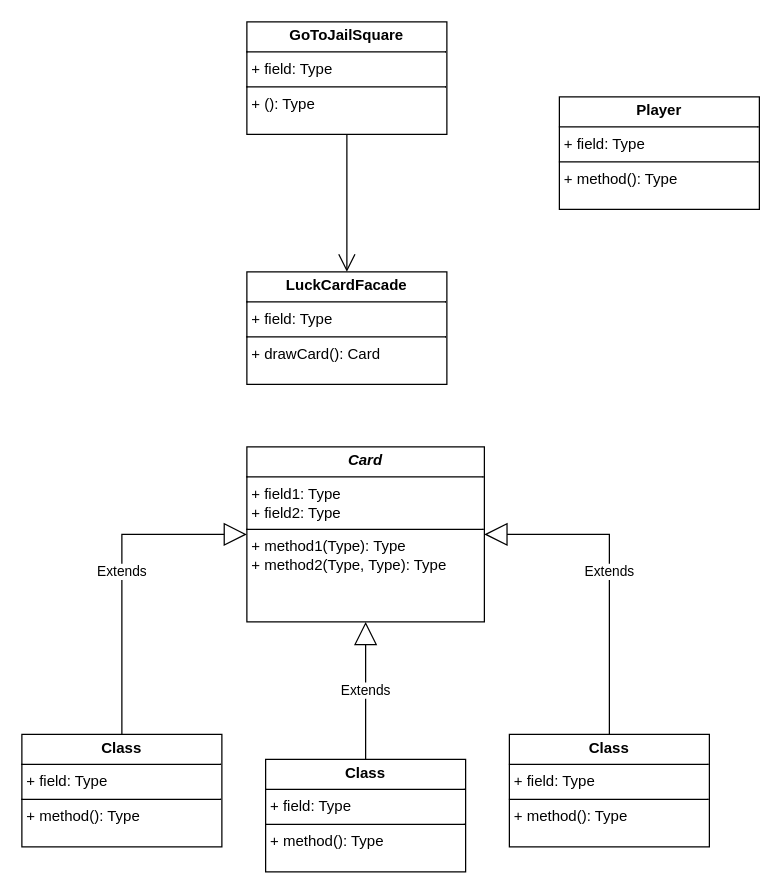
antonykimuom/SWEN30006-2025-SM1-workshop1-tuew05-14-00-team-12 keeps this draw.io diagram as workshop7-week8.drawio. Above is the earlier version. Source tidied: cells renumbered, new cells numbered last; positions are measured from the earlier drawing's top-left corner, leaving out a move shared by most shapes. Both pictures are drawn from the tidied source at 125%, with x=0, y=0 at pixel (21, 21).
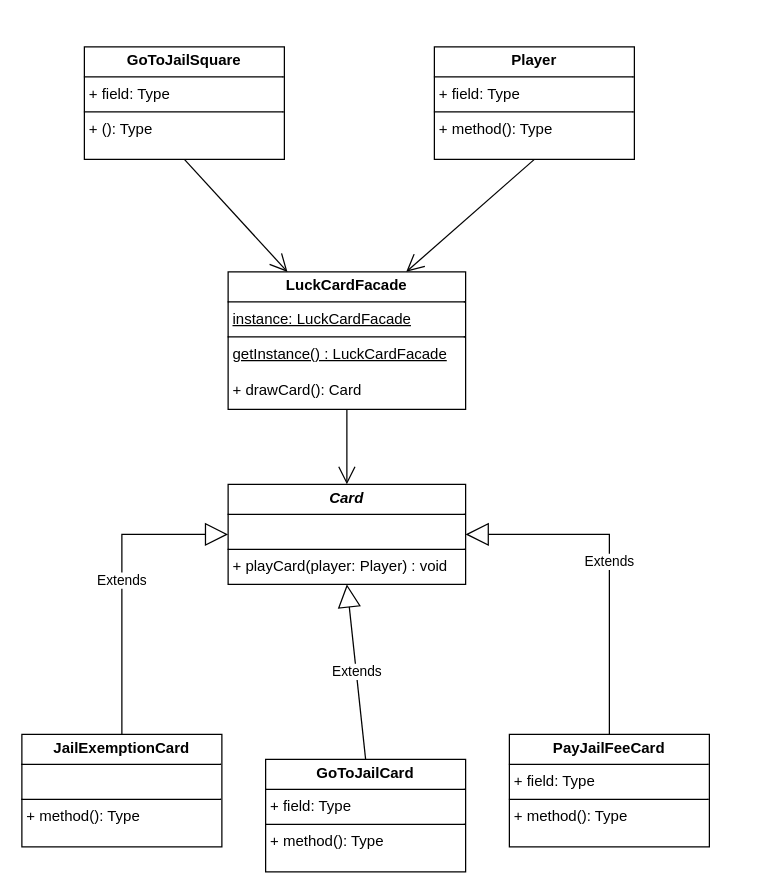
Above is the later version.

What changed in the source:
```diff
@@
 <mxGraphModel>
   <root>
     <mxCell id="0" />
     <mxCell id="1" parent="0" />
-    <mxCell id="2" value="&lt;p style=&quot;margin:0px;margin-top:4px;text-align:center;&quot;&gt;&lt;b&gt;LuckCardFacade&lt;/b&gt;&lt;/p&gt;&lt;hr size=&quot;1&quot; style=&quot;border-style:solid;&quot;&gt;&lt;p style=&quot;margin:0px;margin-left:4px;&quot;&gt;+ field: Type&lt;/p&gt;&lt;hr size=&quot;1&quot; style=&quot;border-style:solid;&quot;&gt;&lt;p style=&quot;margin:0px;margin-left:4px;&quot;&gt;+ drawCard(): Card&lt;/p&gt;" style="verticalAlign=top;align=left;overflow=fill;html=1;whiteSpace=wrap;" parent="1" vertex="1">
-      <mxGeometry x="180" y="200" width="160" height="90" as="geometry" />
+    <mxCell id="2" value="&lt;p style=&quot;margin:0px;margin-top:4px;text-align:center;&quot;&gt;&lt;b&gt;LuckCardFacade&lt;/b&gt;&lt;/p&gt;&lt;hr size=&quot;1&quot; style=&quot;border-style:solid;&quot;&gt;&lt;p style=&quot;margin:0px;margin-left:4px;&quot;&gt;&lt;u&gt;instance: LuckCardFacade&lt;/u&gt;&lt;/p&gt;&lt;hr size=&quot;1&quot; style=&quot;border-style:solid;&quot;&gt;&lt;p style=&quot;margin:0px;margin-left:4px;&quot;&gt;&lt;u&gt;getInstance() : LuckCardFacade&lt;/u&gt;&lt;/p&gt;&lt;p style=&quot;margin:0px;margin-left:4px;&quot;&gt;&lt;br&gt;&lt;/p&gt;&lt;p style=&quot;margin:0px;margin-left:4px;&quot;&gt;+ drawCard(): Card&lt;/p&gt;" style="verticalAlign=top;align=left;overflow=fill;html=1;whiteSpace=wrap;" parent="1" vertex="1">
+      <mxGeometry x="165" y="200" width="190" height="110" as="geometry" />
     </mxCell>
     <mxCell id="3" value="&lt;p style=&quot;margin:0px;margin-top:4px;text-align:center;&quot;&gt;&lt;b&gt;GoToJailSquare&lt;/b&gt;&lt;/p&gt;&lt;hr size=&quot;1&quot; style=&quot;border-style:solid;&quot;&gt;&lt;p style=&quot;margin:0px;margin-left:4px;&quot;&gt;+ field: Type&lt;/p&gt;&lt;hr size=&quot;1&quot; style=&quot;border-style:solid;&quot;&gt;&lt;p style=&quot;margin:0px;margin-left:4px;&quot;&gt;+ (): Type&lt;/p&gt;" style="verticalAlign=top;align=left;overflow=fill;html=1;whiteSpace=wrap;" parent="1" vertex="1">
-      <mxGeometry x="180" width="160" height="90" as="geometry" />
+      <mxGeometry x="50" y="20" width="160" height="90" as="geometry" />
     </mxCell>
     <mxCell id="4" value="&lt;p style=&quot;margin:0px;margin-top:4px;text-align:center;&quot;&gt;&lt;b&gt;Player&lt;/b&gt;&lt;/p&gt;&lt;hr size=&quot;1&quot; style=&quot;border-style:solid;&quot;&gt;&lt;p style=&quot;margin:0px;margin-left:4px;&quot;&gt;+ field: Type&lt;/p&gt;&lt;hr size=&quot;1&quot; style=&quot;border-style:solid;&quot;&gt;&lt;p style=&quot;margin:0px;margin-left:4px;&quot;&gt;+ method(): Type&lt;/p&gt;" style="verticalAlign=top;align=left;overflow=fill;html=1;whiteSpace=wrap;" parent="1" vertex="1">
-      <mxGeometry x="430" y="60" width="160" height="90" as="geometry" />
+      <mxGeometry x="330" y="20" width="160" height="90" as="geometry" />
     </mxCell>
-    <mxCell id="5" style="endArrow=open;endFill=1;endSize=12;html=1;rounded=0;exitX=0.5;exitY=1;exitDx=0;exitDy=0;entryX=0.5;entryY=0;entryDx=0;entryDy=0;" parent="1" edge="1" source="3" target="2">
+    <mxCell id="5" style="endArrow=open;endFill=1;endSize=12;html=1;rounded=0;exitX=0.5;exitY=1;exitDx=0;exitDy=0;entryX=0.25;entryY=0;entryDx=0;entryDy=0;" parent="1" edge="1" source="3" target="2">
       <mxGeometry relative="1" as="geometry" />
     </mxCell>
-    <mxCell id="6" value="&lt;p style=&quot;margin:0px;margin-top:4px;text-align:center;&quot;&gt;&lt;b&gt;&lt;i&gt;Card&lt;/i&gt;&lt;/b&gt;&lt;/p&gt;&lt;hr size=&quot;1&quot; style=&quot;border-style:solid;&quot;&gt;&lt;p style=&quot;margin:0px;margin-left:4px;&quot;&gt;+ field1: Type&lt;br&gt;+ field2: Type&lt;/p&gt;&lt;hr size=&quot;1&quot; style=&quot;border-style:solid;&quot;&gt;&lt;p style=&quot;margin:0px;margin-left:4px;&quot;&gt;+ method1(Type): Type&lt;br&gt;+ method2(Type, Type): Type&lt;/p&gt;" style="verticalAlign=top;align=left;overflow=fill;html=1;whiteSpace=wrap;" parent="1" vertex="1">
-      <mxGeometry x="180" y="340" width="190" height="140" as="geometry" />
+    <mxCell id="6" value="&lt;p style=&quot;margin:0px;margin-top:4px;text-align:center;&quot;&gt;&lt;b&gt;&lt;i&gt;Card&lt;/i&gt;&lt;/b&gt;&lt;/p&gt;&lt;hr size=&quot;1&quot; style=&quot;border-style:solid;&quot;&gt;&lt;p style=&quot;margin:0px;margin-left:4px;&quot;&gt;&lt;br&gt;&lt;/p&gt;&lt;hr size=&quot;1&quot; style=&quot;border-style:solid;&quot;&gt;&lt;p style=&quot;margin:0px;margin-left:4px;&quot;&gt;+ playCard(player: Player) : void&lt;/p&gt;" style="verticalAlign=top;align=left;overflow=fill;html=1;whiteSpace=wrap;" parent="1" vertex="1">
+      <mxGeometry x="165" y="370" width="190" height="80" as="geometry" />
     </mxCell>
-    <mxCell id="7" value="&lt;p style=&quot;margin:0px;margin-top:4px;text-align:center;&quot;&gt;&lt;b&gt;Class&lt;/b&gt;&lt;/p&gt;&lt;hr size=&quot;1&quot; style=&quot;border-style:solid;&quot;/&gt;&lt;p style=&quot;margin:0px;margin-left:4px;&quot;&gt;+ field: Type&lt;/p&gt;&lt;hr size=&quot;1&quot; style=&quot;border-style:solid;&quot;/&gt;&lt;p style=&quot;margin:0px;margin-left:4px;&quot;&gt;+ method(): Type&lt;/p&gt;" style="verticalAlign=top;align=left;overflow=fill;html=1;whiteSpace=wrap;" parent="1" vertex="1">
+    <mxCell id="7" value="&lt;p style=&quot;margin:0px;margin-top:4px;text-align:center;&quot;&gt;&lt;b&gt;PayJailFeeCard&lt;/b&gt;&lt;/p&gt;&lt;hr size=&quot;1&quot; style=&quot;border-style:solid;&quot;&gt;&lt;p style=&quot;margin:0px;margin-left:4px;&quot;&gt;+ field: Type&lt;/p&gt;&lt;hr size=&quot;1&quot; style=&quot;border-style:solid;&quot;&gt;&lt;p style=&quot;margin:0px;margin-left:4px;&quot;&gt;+ method(): Type&lt;/p&gt;" style="verticalAlign=top;align=left;overflow=fill;html=1;whiteSpace=wrap;" parent="1" vertex="1">
       <mxGeometry x="390" y="570" width="160" height="90" as="geometry" />
     </mxCell>
-    <mxCell id="8" value="&lt;p style=&quot;margin:0px;margin-top:4px;text-align:center;&quot;&gt;&lt;b&gt;Class&lt;/b&gt;&lt;/p&gt;&lt;hr size=&quot;1&quot; style=&quot;border-style:solid;&quot;/&gt;&lt;p style=&quot;margin:0px;margin-left:4px;&quot;&gt;+ field: Type&lt;/p&gt;&lt;hr size=&quot;1&quot; style=&quot;border-style:solid;&quot;/&gt;&lt;p style=&quot;margin:0px;margin-left:4px;&quot;&gt;+ method(): Type&lt;/p&gt;" style="verticalAlign=top;align=left;overflow=fill;html=1;whiteSpace=wrap;" parent="1" vertex="1">
+    <mxCell id="8" value="&lt;p style=&quot;margin:0px;margin-top:4px;text-align:center;&quot;&gt;&lt;b&gt;GoToJailCard&lt;/b&gt;&lt;/p&gt;&lt;hr size=&quot;1&quot; style=&quot;border-style:solid;&quot;&gt;&lt;p style=&quot;margin:0px;margin-left:4px;&quot;&gt;+ field: Type&lt;/p&gt;&lt;hr size=&quot;1&quot; style=&quot;border-style:solid;&quot;&gt;&lt;p style=&quot;margin:0px;margin-left:4px;&quot;&gt;+ method(): Type&lt;/p&gt;" style="verticalAlign=top;align=left;overflow=fill;html=1;whiteSpace=wrap;" parent="1" vertex="1">
       <mxGeometry x="195" y="590" width="160" height="90" as="geometry" />
     </mxCell>
-    <mxCell id="9" value="&lt;p style=&quot;margin:0px;margin-top:4px;text-align:center;&quot;&gt;&lt;b&gt;Class&lt;/b&gt;&lt;/p&gt;&lt;hr size=&quot;1&quot; style=&quot;border-style:solid;&quot;/&gt;&lt;p style=&quot;margin:0px;margin-left:4px;&quot;&gt;+ field: Type&lt;/p&gt;&lt;hr size=&quot;1&quot; style=&quot;border-style:solid;&quot;/&gt;&lt;p style=&quot;margin:0px;margin-left:4px;&quot;&gt;+ method(): Type&lt;/p&gt;" style="verticalAlign=top;align=left;overflow=fill;html=1;whiteSpace=wrap;" parent="1" vertex="1">
+    <mxCell id="9" value="&lt;p style=&quot;margin:0px;margin-top:4px;text-align:center;&quot;&gt;&lt;b&gt;JailExemptionCard&lt;/b&gt;&lt;/p&gt;&lt;hr size=&quot;1&quot; style=&quot;border-style:solid;&quot;&gt;&lt;p style=&quot;margin:0px;margin-left:4px;&quot;&gt;&lt;br&gt;&lt;/p&gt;&lt;hr size=&quot;1&quot; style=&quot;border-style:solid;&quot;&gt;&lt;p style=&quot;margin:0px;margin-left:4px;&quot;&gt;+ method(): Type&lt;/p&gt;" style="verticalAlign=top;align=left;overflow=fill;html=1;whiteSpace=wrap;" parent="1" vertex="1">
       <mxGeometry y="570" width="160" height="90" as="geometry" />
     </mxCell>
+    <mxCell id="13" style="endArrow=open;endFill=1;endSize=12;html=1;rounded=0;exitX=0.5;exitY=1;exitDx=0;exitDy=0;entryX=0.75;entryY=0;entryDx=0;entryDy=0;" parent="1" edge="1" source="4" target="2">
+      <mxGeometry relative="1" as="geometry" />
+    </mxCell>
     <mxCell id="10" value="Extends" style="endArrow=block;endSize=16;endFill=0;html=1;rounded=0;exitX=0.5;exitY=0;exitDx=0;exitDy=0;entryX=0;entryY=0.5;entryDx=0;entryDy=0;" parent="1" edge="1" source="9" target="6">
       <mxGeometry relative="1" as="geometry">
         <Array as="points">
           <mxPoint x="80" y="410" />
         </Array>
       </mxGeometry>
     </mxCell>
+    <mxCell id="14" style="endArrow=open;endFill=1;endSize=12;html=1;rounded=0;exitX=0.5;exitY=1;exitDx=0;exitDy=0;entryX=0.5;entryY=0;entryDx=0;entryDy=0;" parent="1" edge="1" source="2" target="6">
+      <mxGeometry relative="1" as="geometry" />
+    </mxCell>
     <mxCell id="11" value="Extends" style="endArrow=block;endSize=16;endFill=0;html=1;rounded=0;exitX=0.5;exitY=0;exitDx=0;exitDy=0;entryX=0.5;entryY=1;entryDx=0;entryDy=0;" parent="1" edge="1" source="8" target="6">
       <mxGeometry relative="1" as="geometry" />
     </mxCell>
     <mxCell id="12" value="Extends" style="endArrow=block;endSize=16;endFill=0;html=1;rounded=0;exitX=0.5;exitY=0;exitDx=0;exitDy=0;entryX=1;entryY=0.5;entryDx=0;entryDy=0;" parent="1" edge="1" source="7" target="6">
       <mxGeometry relative="1" as="geometry">
         <Array as="points">
           <mxPoint x="470" y="410" />
         </Array>
       </mxGeometry>
     </mxCell>
   </root>
 </mxGraphModel>
```
